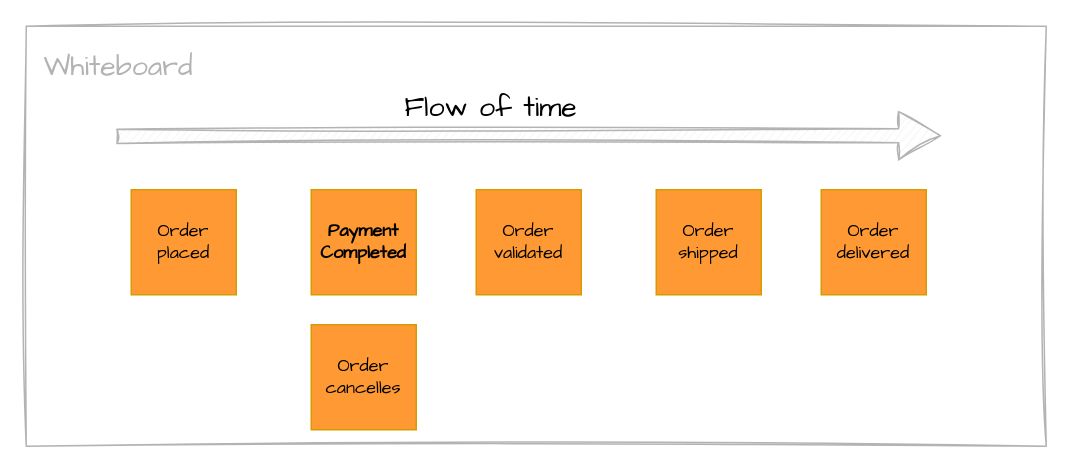
Before: page "01-BP01" (2 of 12) of content/en/knowledgebase/ddd-eventstorming/eventstorming.drawio in mauvaisetroupe/architech, a draw.io diagram. Source tidied: cells renumbered, new cells numbered last; positions are measured from the earlier drawing's top-left corner, leaving out a move shared by most shapes. Both pictures are drawn from the tidied source at 150%, with x=0, y=0 at pixel (26, 26).
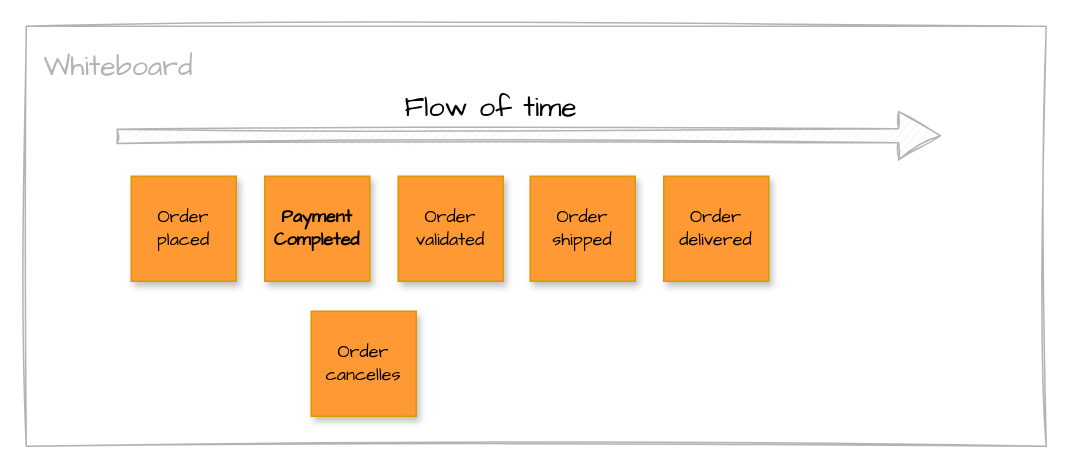
Above is the later version.

Diff of the diagram source:
```diff
@@
 <mxGraphModel>
   <root>
     <mxCell id="0" />
     <mxCell id="1" parent="0" />
     <mxCell id="2" style="rounded=0;whiteSpace=wrap;html=1;sketch=1;hachureGap=4;jiggle=2;curveFitting=1;fontFamily=Architects Daughter;strokeColor=#B3B3B3;strokeWidth=1;" parent="1" vertex="1">
       <mxGeometry width="680" height="280" as="geometry" />
     </mxCell>
-    <mxCell id="3" value="Order placed" style="whiteSpace=wrap;html=1;hachureGap=4;fontFamily=Architects Daughter;fillColor=#FF9933;strokeColor=#d79b00;spacingTop=2;spacingLeft=2;spacingBottom=2;spacingRight=2;align=center;verticalAlign=middle;fontSize=12;fontColor=default;" parent="1" vertex="1">
-      <mxGeometry x="70" y="109" width="70" height="70" as="geometry" />
+    <mxCell id="3" value="Order placed" style="whiteSpace=wrap;html=1;hachureGap=4;fontFamily=Architects Daughter;fillColor=#FF9933;strokeColor=#d79b00;spacingTop=2;spacingLeft=2;spacingBottom=2;spacingRight=2;align=center;verticalAlign=middle;fontSize=12;fontColor=default;shadow=1;" parent="1" vertex="1">
+      <mxGeometry x="70" y="100" width="70" height="70" as="geometry" />
     </mxCell>
-    <mxCell id="4" value="Order validated" style="whiteSpace=wrap;html=1;hachureGap=4;fontFamily=Architects Daughter;fillColor=#FF9933;strokeColor=#d79b00;spacingTop=2;spacingLeft=2;spacingBottom=2;spacingRight=2;align=center;verticalAlign=middle;fontSize=12;fontColor=default;" parent="1" vertex="1">
-      <mxGeometry x="300" y="109" width="70" height="70" as="geometry" />
+    <mxCell id="4" value="Order validated" style="whiteSpace=wrap;html=1;hachureGap=4;fontFamily=Architects Daughter;fillColor=#FF9933;strokeColor=#d79b00;spacingTop=2;spacingLeft=2;spacingBottom=2;spacingRight=2;align=center;verticalAlign=middle;fontSize=12;fontColor=default;shadow=1;" parent="1" vertex="1">
+      <mxGeometry x="248" y="100" width="70" height="70" as="geometry" />
     </mxCell>
-    <mxCell id="5" value="Order shipped" style="whiteSpace=wrap;html=1;hachureGap=4;fontFamily=Architects Daughter;fillColor=#FF9933;strokeColor=#d79b00;spacingTop=2;spacingLeft=2;spacingBottom=2;spacingRight=2;align=center;verticalAlign=middle;fontSize=12;fontColor=default;" parent="1" vertex="1">
-      <mxGeometry x="420" y="109" width="70" height="70" as="geometry" />
+    <mxCell id="5" value="Order shipped" style="whiteSpace=wrap;html=1;hachureGap=4;fontFamily=Architects Daughter;fillColor=#FF9933;strokeColor=#d79b00;spacingTop=2;spacingLeft=2;spacingBottom=2;spacingRight=2;align=center;verticalAlign=middle;fontSize=12;fontColor=default;shadow=1;" parent="1" vertex="1">
+      <mxGeometry x="336" y="100" width="70" height="70" as="geometry" />
     </mxCell>
-    <mxCell id="6" value="Order delivered" style="whiteSpace=wrap;html=1;hachureGap=4;fontFamily=Architects Daughter;fillColor=#FF9933;strokeColor=#d79b00;spacingTop=2;spacingLeft=2;spacingBottom=2;spacingRight=2;align=center;verticalAlign=middle;fontSize=12;fontColor=default;" parent="1" vertex="1">
-      <mxGeometry x="530" y="109" width="70" height="70" as="geometry" />
+    <mxCell id="6" value="Order delivered" style="whiteSpace=wrap;html=1;hachureGap=4;fontFamily=Architects Daughter;fillColor=#FF9933;strokeColor=#d79b00;spacingTop=2;spacingLeft=2;spacingBottom=2;spacingRight=2;align=center;verticalAlign=middle;fontSize=12;fontColor=default;shadow=1;" parent="1" vertex="1">
+      <mxGeometry x="425" y="100" width="70" height="70" as="geometry" />
     </mxCell>
-    <mxCell id="7" value="Order cancelles" style="whiteSpace=wrap;html=1;hachureGap=4;fontFamily=Architects Daughter;fillColor=#FF9933;strokeColor=#d79b00;spacingTop=2;spacingLeft=2;spacingBottom=2;spacingRight=2;" parent="1" vertex="1">
-      <mxGeometry x="190" y="199" width="70" height="70" as="geometry" />
+    <mxCell id="7" value="Order cancelles" style="whiteSpace=wrap;html=1;hachureGap=4;fontFamily=Architects Daughter;fillColor=#FF9933;strokeColor=#d79b00;spacingTop=2;spacingLeft=2;spacingBottom=2;spacingRight=2;shadow=1;" parent="1" vertex="1">
+      <mxGeometry x="190" y="190" width="70" height="70" as="geometry" />
     </mxCell>
-    <mxCell id="8" value="&lt;strong&gt;Payment Completed&lt;/strong&gt;" style="whiteSpace=wrap;html=1;hachureGap=4;fontFamily=Architects Daughter;fillColor=#FF9933;strokeColor=#d79b00;spacingTop=2;spacingLeft=2;spacingBottom=2;spacingRight=2;" parent="1" vertex="1">
-      <mxGeometry x="190" y="109" width="70" height="70" as="geometry" />
+    <mxCell id="8" value="&lt;strong&gt;Payment Completed&lt;/strong&gt;" style="whiteSpace=wrap;html=1;hachureGap=4;fontFamily=Architects Daughter;fillColor=#FF9933;strokeColor=#d79b00;spacingTop=2;spacingLeft=2;spacingBottom=2;spacingRight=2;shadow=1;" parent="1" vertex="1">
+      <mxGeometry x="159" y="100" width="70" height="70" as="geometry" />
     </mxCell>
     <mxCell id="9" style="shape=flexArrow;endArrow=classic;html=1;rounded=0;hachureGap=4;fontFamily=Architects Daughter;endWidth=21.764705882352942;endSize=8.976470588235294;width=9.411764705882353;fontSize=19;sketch=1;curveFitting=1;jiggle=2;fillColor=#f5f5f5;strokeColor=#B3B3B3;" parent="1" edge="1">
       <mxGeometry relative="1" as="geometry">
         <mxPoint x="60" y="73.4" as="sourcePoint" />
         <mxPoint x="610" y="73" as="targetPoint" />
       </mxGeometry>
     </mxCell>
     <mxCell id="10" value="&lt;span style=&quot;color: rgb(0, 0, 0); font-family: &amp;quot;Architects Daughter&amp;quot;; font-size: 19px; font-style: normal; font-variant-ligatures: normal; font-variant-caps: normal; font-weight: 400; letter-spacing: normal; orphans: 2; text-indent: 0px; text-transform: none; widows: 2; word-spacing: 0px; -webkit-text-stroke-width: 0px; white-space: nowrap; text-decoration-thickness: initial; text-decoration-style: initial; text-decoration-color: initial; float: none; display: inline !important;&quot;&gt;Flow of time&lt;/span&gt;" style="text;whiteSpace=wrap;html=1;fontFamily=Architects Daughter;align=center;labelBackgroundColor=none;" parent="1" vertex="1">
       <mxGeometry x="240" y="37" width="140" height="27" as="geometry" />
     </mxCell>
     <mxCell id="11" value="&lt;span style=&quot;font-family: &amp;quot;Architects Daughter&amp;quot;; font-size: 19px; font-style: normal; font-variant-ligatures: normal; font-variant-caps: normal; font-weight: 400; letter-spacing: normal; orphans: 2; text-align: center; text-indent: 0px; text-transform: none; widows: 2; word-spacing: 0px; -webkit-text-stroke-width: 0px; white-space: nowrap; background-color: rgb(255, 255, 255); text-decoration-thickness: initial; text-decoration-style: initial; text-decoration-color: initial; float: none; display: inline !important;&quot;&gt;Whiteboard&lt;/span&gt;" style="text;whiteSpace=wrap;html=1;fontFamily=Architects Daughter;fontColor=#B3B3B3;" parent="1" vertex="1">
       <mxGeometry x="10" y="10" width="88" height="27" as="geometry" />
     </mxCell>
   </root>
 </mxGraphModel>
```
